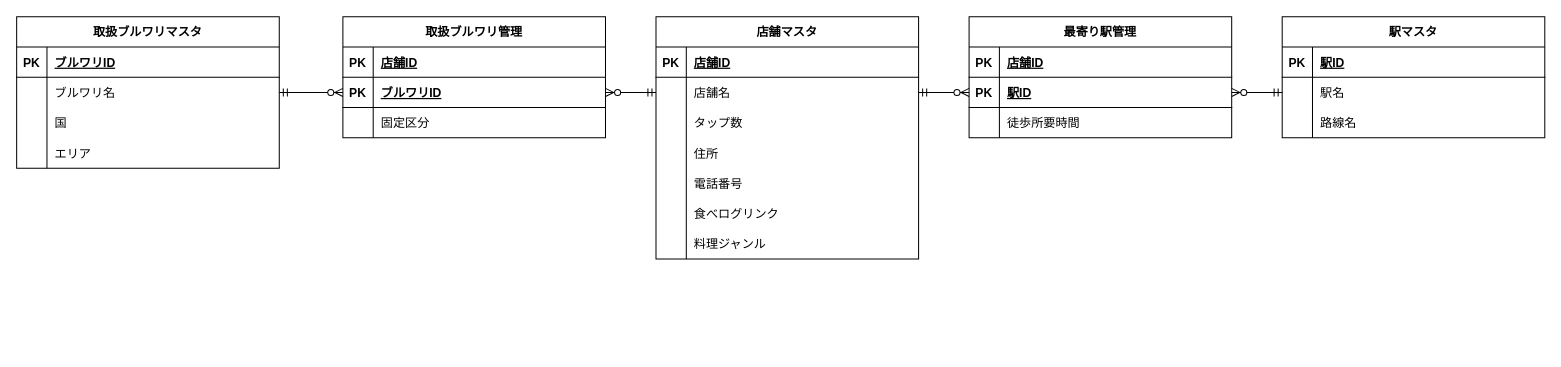
Earlier version of the draw.io diagram page "論理モデル" (2 of 2) of EntityRelationshipDiagram.drawio (ngnmsn/CraftBeerBarDataBaseDesign). Source tidied: cells renumbered, new cells numbered last; positions are measured from the earlier drawing's top-left corner, leaving out a move shared by most shapes. Both pictures are drawn from the tidied source at 101%, with x=0, y=0 at pixel (16, 16).
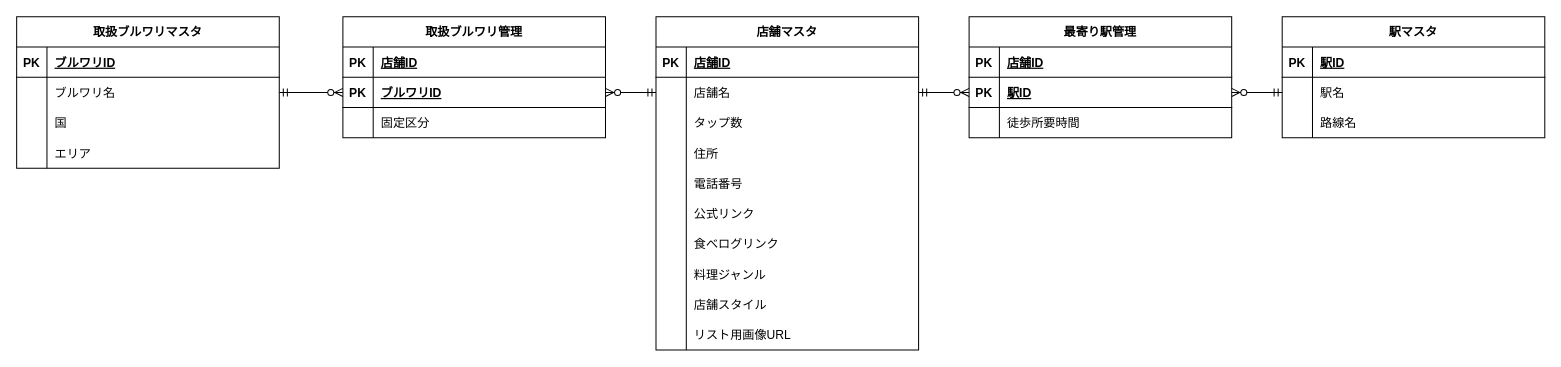
The same page after the edit.

Commit message (it also covers changes not shown here):
Correct DB & System Architect Design

Change to the diagram source:
```diff
@@
     <mxCell id="2" value="店舗マスタ" style="shape=table;startSize=30;childLayout=tableLayout;rowLines=0;fontStyle=1;align=center;" parent="1" vertex="1">
-      <mxGeometry x="633" width="260" height="240" as="geometry" />
+      <mxGeometry x="633" width="260" height="330" as="geometry" />
     </mxCell>
@@
+    <mxCell id="71" style="shape=partialRectangle;fillColor=none;top=0;left=0;bottom=0;right=0;" parent="2" vertex="1">
+      <mxGeometry y="180" width="260" height="30" as="geometry" />
+    </mxCell>
+    <mxCell id="72" style="shape=partialRectangle;fillColor=none;top=0;left=0;bottom=0;right=0;overflow=hidden;" parent="71" vertex="1">
+      <mxGeometry width="30" height="30" as="geometry" />
+    </mxCell>
+    <mxCell id="73" value="公式リンク" style="shape=partialRectangle;fillColor=none;top=0;left=0;bottom=0;right=0;align=left;spacingLeft=6;overflow=hidden;" parent="71" vertex="1">
+      <mxGeometry x="30" width="230" height="30" as="geometry" />
+    </mxCell>
     <mxCell id="18" style="shape=partialRectangle;fillColor=none;top=0;left=0;bottom=0;right=0;" parent="2" vertex="1">
-      <mxGeometry y="180" width="260" height="30" as="geometry" />
+      <mxGeometry y="210" width="260" height="30" as="geometry" />
     </mxCell>
@@
     <mxCell id="21" style="shape=partialRectangle;fillColor=none;top=0;left=0;bottom=0;right=0;" parent="2" vertex="1">
-      <mxGeometry y="210" width="260" height="30" as="geometry" />
+      <mxGeometry y="240" width="260" height="30" as="geometry" />
     </mxCell>
@@
+    <mxCell id="74" style="shape=partialRectangle;fillColor=none;top=0;left=0;bottom=0;right=0;" parent="2" vertex="1">
+      <mxGeometry y="270" width="260" height="30" as="geometry" />
+    </mxCell>
+    <mxCell id="75" style="shape=partialRectangle;fillColor=none;top=0;left=0;bottom=0;right=0;overflow=hidden;" parent="74" vertex="1">
+      <mxGeometry width="30" height="30" as="geometry" />
+    </mxCell>
+    <mxCell id="76" value="店舗スタイル" style="shape=partialRectangle;fillColor=none;top=0;left=0;bottom=0;right=0;align=left;spacingLeft=6;overflow=hidden;" parent="74" vertex="1">
+      <mxGeometry x="30" width="230" height="30" as="geometry" />
+    </mxCell>
+    <mxCell id="77" style="shape=partialRectangle;fillColor=none;top=0;left=0;bottom=0;right=0;" parent="2" vertex="1">
+      <mxGeometry y="300" width="260" height="30" as="geometry" />
+    </mxCell>
+    <mxCell id="78" style="shape=partialRectangle;fillColor=none;top=0;left=0;bottom=0;right=0;overflow=hidden;" parent="77" vertex="1">
+      <mxGeometry width="30" height="30" as="geometry" />
+    </mxCell>
+    <mxCell id="79" value="リスト用画像URL" style="shape=partialRectangle;fillColor=none;top=0;left=0;bottom=0;right=0;align=left;spacingLeft=6;overflow=hidden;" parent="77" vertex="1">
+      <mxGeometry x="30" width="230" height="30" as="geometry" />
+    </mxCell>
```
